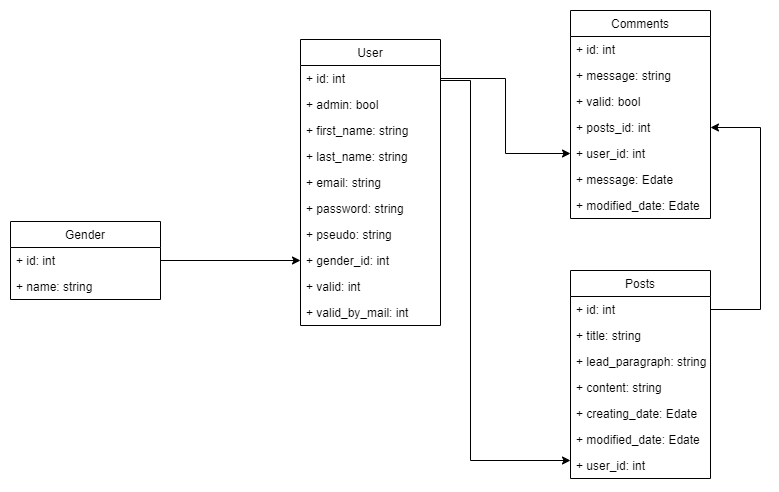
Above: diagrammes/classes/diagramme de classes.png in Toka69/P5_PHP-blog (draw.io), before the change. Source tidied: cells renumbered, new cells last; positions are measured from the earlier drawing's top-left corner, leaving out a move shared by most shapes.
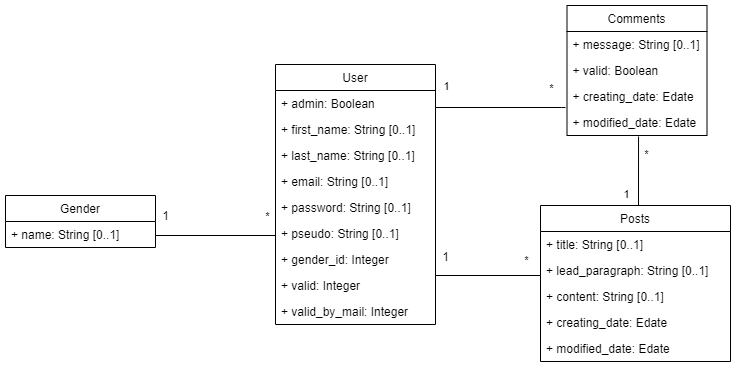
After the commit.

Commit message:
update class diagram to correspond with files on openclassrooms

Change to the diagram source:
```diff
@@ -2,119 +2,142 @@
   <root>
     <mxCell id="0" />
     <mxCell id="1" parent="0" />
-    <mxCell id="2" style="edgeStyle=orthogonalEdgeStyle;rounded=0;jettySize=auto;html=1;entryX=0;entryY=0.5;entryDx=0;entryDy=0;" parent="1" edge="1" source="14" target="11">
-      <mxGeometry relative="1" as="geometry" />
+    <mxCell id="2" style="edgeStyle=orthogonalEdgeStyle;rounded=0;jettySize=auto;html=1;entryX=0;entryY=0.5;entryDx=0;entryDy=0;endArrow=none;endFill=0;" parent="1" edge="1" source="14" target="11">
+      <mxGeometry relative="1" as="geometry">
+        <Array as="points">
+          <mxPoint x="270" y="200" />
+        </Array>
+      </mxGeometry>
     </mxCell>
+    <mxCell id="36" value="*" style="edgeLabel;html=1;align=center;verticalAlign=middle;" parent="2" vertex="1">
+      <mxGeometry x="0.83" y="-1" relative="1" as="geometry">
+        <mxPoint x="-8" y="-32" as="offset" />
+      </mxGeometry>
+    </mxCell>
     <mxCell id="3" value="User" style="swimlane;fontStyle=0;horizontal=1;startSize=26;fillColor=none;" parent="1" vertex="1">
-      <mxGeometry x="290" y="29" width="140" height="286" as="geometry" />
+      <mxGeometry x="270" y="29" width="160" height="260" as="geometry" />
     </mxCell>
-    <mxCell id="4" value="+ id: int" style="text;strokeColor=none;fillColor=none;align=left;verticalAlign=top;spacingLeft=4;spacingRight=4;overflow=hidden;points=[[0,0.5],[1,0.5]];portConstraint=eastwest;" parent="3" vertex="1">
-      <mxGeometry y="26" width="140" height="26" as="geometry" />
-    </mxCell>
-    <mxCell id="5" value="+ admin: bool" style="text;strokeColor=none;fillColor=none;align=left;verticalAlign=top;spacingLeft=4;spacingRight=4;overflow=hidden;" parent="3" vertex="1">
-      <mxGeometry y="52" width="140" height="26" as="geometry" />
+    <mxCell id="5" value="+ admin: Boolean" style="text;strokeColor=none;fillColor=none;align=left;verticalAlign=top;spacingLeft=4;spacingRight=4;overflow=hidden;" parent="3" vertex="1">
+      <mxGeometry y="26" width="160" height="26" as="geometry" />
     </mxCell>
-    <mxCell id="6" value="+ first_name: string" style="text;strokeColor=none;fillColor=none;align=left;verticalAlign=top;spacingLeft=4;spacingRight=4;overflow=hidden;" parent="3" vertex="1">
-      <mxGeometry y="78" width="140" height="26" as="geometry" />
+    <mxCell id="6" value="+ first_name: String [0..1]" style="text;strokeColor=none;fillColor=none;align=left;verticalAlign=top;spacingLeft=4;spacingRight=4;overflow=hidden;" parent="3" vertex="1">
+      <mxGeometry y="52" width="160" height="26" as="geometry" />
     </mxCell>
-    <mxCell id="7" value="+ last_name: string" style="text;strokeColor=none;fillColor=none;align=left;verticalAlign=top;spacingLeft=4;spacingRight=4;overflow=hidden;" parent="3" vertex="1">
-      <mxGeometry y="104" width="140" height="26" as="geometry" />
+    <mxCell id="7" value="+ last_name: String [0..1]" style="text;strokeColor=none;fillColor=none;align=left;verticalAlign=top;spacingLeft=4;spacingRight=4;overflow=hidden;" parent="3" vertex="1">
+      <mxGeometry y="78" width="160" height="26" as="geometry" />
     </mxCell>
-    <mxCell id="8" value="+ email: string" style="text;strokeColor=none;fillColor=none;align=left;verticalAlign=top;spacingLeft=4;spacingRight=4;overflow=hidden;" parent="3" vertex="1">
-      <mxGeometry y="130" width="140" height="26" as="geometry" />
+    <mxCell id="8" value="+ email: String [0..1]" style="text;strokeColor=none;fillColor=none;align=left;verticalAlign=top;spacingLeft=4;spacingRight=4;overflow=hidden;" parent="3" vertex="1">
+      <mxGeometry y="104" width="160" height="26" as="geometry" />
     </mxCell>
-    <mxCell id="9" value="+ password: string" style="text;strokeColor=none;fillColor=none;align=left;verticalAlign=top;spacingLeft=4;spacingRight=4;overflow=hidden;" parent="3" vertex="1">
-      <mxGeometry y="156" width="140" height="26" as="geometry" />
+    <mxCell id="9" value="+ password: String [0..1]" style="text;strokeColor=none;fillColor=none;align=left;verticalAlign=top;spacingLeft=4;spacingRight=4;overflow=hidden;" parent="3" vertex="1">
+      <mxGeometry y="130" width="160" height="26" as="geometry" />
     </mxCell>
-    <mxCell id="10" value="+ pseudo: string" style="text;strokeColor=none;fillColor=none;align=left;verticalAlign=top;spacingLeft=4;spacingRight=4;overflow=hidden;" parent="3" vertex="1">
-      <mxGeometry y="182" width="140" height="26" as="geometry" />
+    <mxCell id="10" value="+ pseudo: String [0..1]" style="text;strokeColor=none;fillColor=none;align=left;verticalAlign=top;spacingLeft=4;spacingRight=4;overflow=hidden;" parent="3" vertex="1">
+      <mxGeometry y="156" width="160" height="26" as="geometry" />
     </mxCell>
-    <mxCell id="11" value="+ gender_id: int" style="text;strokeColor=none;fillColor=none;align=left;verticalAlign=top;spacingLeft=4;spacingRight=4;overflow=hidden;points=[[0,0.5],[1,0.5]];portConstraint=eastwest;" parent="3" vertex="1">
-      <mxGeometry y="208" width="140" height="26" as="geometry" />
+    <mxCell id="11" value="+ gender_id: Integer" style="text;strokeColor=none;fillColor=none;align=left;verticalAlign=top;spacingLeft=4;spacingRight=4;overflow=hidden;points=[[0,0.5],[1,0.5]];portConstraint=eastwest;" parent="3" vertex="1">
+      <mxGeometry y="182" width="160" height="26" as="geometry" />
     </mxCell>
-    <mxCell id="12" value="+ valid: int" style="text;strokeColor=none;fillColor=none;align=left;verticalAlign=top;spacingLeft=4;spacingRight=4;overflow=hidden;" parent="3" vertex="1">
-      <mxGeometry y="234" width="140" height="26" as="geometry" />
+    <mxCell id="12" value="+ valid: Integer" style="text;strokeColor=none;fillColor=none;align=left;verticalAlign=top;spacingLeft=4;spacingRight=4;overflow=hidden;" parent="3" vertex="1">
+      <mxGeometry y="208" width="160" height="26" as="geometry" />
     </mxCell>
-    <mxCell id="13" value="+ valid_by_mail: int" style="text;strokeColor=none;fillColor=none;align=left;verticalAlign=top;spacingLeft=4;spacingRight=4;overflow=hidden;" parent="3" vertex="1">
-      <mxGeometry y="260" width="140" height="26" as="geometry" />
+    <mxCell id="13" value="+ valid_by_mail: Integer" style="text;strokeColor=none;fillColor=none;align=left;verticalAlign=top;spacingLeft=4;spacingRight=4;overflow=hidden;" parent="3" vertex="1">
+      <mxGeometry y="234" width="160" height="26" as="geometry" />
     </mxCell>
     <mxCell id="14" value="Gender" style="swimlane;fontStyle=0;horizontal=1;startSize=26;fillColor=none;" parent="1" vertex="1">
-      <mxGeometry y="211" width="150" height="78" as="geometry" />
+      <mxGeometry y="160" width="150" height="52" as="geometry" />
     </mxCell>
-    <mxCell id="15" value="+ id: int" style="text;strokeColor=none;fillColor=none;align=left;verticalAlign=top;spacingLeft=4;spacingRight=4;overflow=hidden;" parent="14" vertex="1">
-      <mxGeometry y="26" width="150" height="26" as="geometry" />
-    </mxCell>
-    <mxCell id="16" value="+ name: string" style="text;strokeColor=none;fillColor=none;align=left;verticalAlign=top;spacingLeft=4;spacingRight=4;overflow=hidden;" parent="14" vertex="1">
-      <mxGeometry y="52" width="150" height="26" as="geometry" />
+    <mxCell id="16" value="+ name: String [0..1]" style="text;strokeColor=none;fillColor=none;align=left;verticalAlign=top;spacingLeft=4;spacingRight=4;overflow=hidden;" parent="14" vertex="1">
+      <mxGeometry y="26" width="150" height="26" as="geometry" />
     </mxCell>
+    <mxCell id="37" style="edgeStyle=orthogonalEdgeStyle;rounded=0;jettySize=auto;html=1;exitX=0.5;exitY=0;exitDx=0;exitDy=0;entryX=0.511;entryY=1.038;entryDx=0;entryDy=0;entryPerimeter=0;endArrow=none;endFill=0;strokeColor=#000000;" parent="1" edge="1" source="17" target="32">
+      <mxGeometry relative="1" as="geometry">
+        <Array as="points">
+          <mxPoint x="633" y="170" />
+        </Array>
+      </mxGeometry>
+    </mxCell>
+    <mxCell id="38" value="1" style="edgeLabel;html=1;align=center;verticalAlign=middle;" parent="37" vertex="1">
+      <mxGeometry x="-0.31" y="2" relative="1" as="geometry">
+        <mxPoint x="-11" y="11" as="offset" />
+      </mxGeometry>
+    </mxCell>
+    <mxCell id="39" value="*" style="edgeLabel;html=1;align=center;verticalAlign=middle;" parent="37" vertex="1">
+      <mxGeometry x="0.53" y="-3" relative="1" as="geometry">
+        <mxPoint x="4" as="offset" />
+      </mxGeometry>
+    </mxCell>
     <mxCell id="17" value="Posts" style="swimlane;fontStyle=0;horizontal=1;startSize=26;fillColor=none;" parent="1" vertex="1">
-      <mxGeometry x="560" y="260" width="140" height="208" as="geometry" />
+      <mxGeometry x="535" y="170" width="190" height="156" as="geometry" />
     </mxCell>
-    <mxCell id="18" value="+ id: int" style="text;strokeColor=none;fillColor=none;align=left;verticalAlign=top;spacingLeft=4;spacingRight=4;overflow=hidden;points=[[0,0.5],[1,0.5]];portConstraint=eastwest;" parent="17" vertex="1">
-      <mxGeometry y="26" width="140" height="26" as="geometry" />
-    </mxCell>
-    <mxCell id="19" value="+ title: string" style="text;strokeColor=none;fillColor=none;align=left;verticalAlign=top;spacingLeft=4;spacingRight=4;overflow=hidden;" parent="17" vertex="1">
-      <mxGeometry y="52" width="140" height="26" as="geometry" />
+    <mxCell id="19" value="+ title: String [0..1]" style="text;strokeColor=none;fillColor=none;align=left;verticalAlign=top;spacingLeft=4;spacingRight=4;overflow=hidden;" parent="17" vertex="1">
+      <mxGeometry y="26" width="190" height="26" as="geometry" />
     </mxCell>
-    <mxCell id="20" value="+ lead_paragraph: string" style="text;strokeColor=none;fillColor=none;align=left;verticalAlign=top;spacingLeft=4;spacingRight=4;overflow=hidden;" parent="17" vertex="1">
-      <mxGeometry y="78" width="140" height="26" as="geometry" />
+    <mxCell id="20" value="+ lead_paragraph: String [0..1]" style="text;strokeColor=none;fillColor=none;align=left;verticalAlign=top;spacingLeft=4;spacingRight=4;overflow=hidden;" parent="17" vertex="1">
+      <mxGeometry y="52" width="190" height="26" as="geometry" />
     </mxCell>
-    <mxCell id="21" value="+ content: string" style="text;strokeColor=none;fillColor=none;align=left;verticalAlign=top;spacingLeft=4;spacingRight=4;overflow=hidden;" parent="17" vertex="1">
-      <mxGeometry y="104" width="140" height="26" as="geometry" />
+    <mxCell id="21" value="+ content: String [0..1]" style="text;strokeColor=none;fillColor=none;align=left;verticalAlign=top;spacingLeft=4;spacingRight=4;overflow=hidden;" parent="17" vertex="1">
+      <mxGeometry y="78" width="190" height="26" as="geometry" />
     </mxCell>
     <mxCell id="22" value="+ creating_date: Edate" style="text;strokeColor=none;fillColor=none;align=left;verticalAlign=top;spacingLeft=4;spacingRight=4;overflow=hidden;" parent="17" vertex="1">
-      <mxGeometry y="130" width="140" height="26" as="geometry" />
+      <mxGeometry y="104" width="190" height="26" as="geometry" />
     </mxCell>
     <mxCell id="23" value="+ modified_date: Edate" style="text;strokeColor=none;fillColor=none;align=left;verticalAlign=top;spacingLeft=4;spacingRight=4;overflow=hidden;" parent="17" vertex="1">
-      <mxGeometry y="156" width="140" height="26" as="geometry" />
+      <mxGeometry y="130" width="190" height="26" as="geometry" />
     </mxCell>
-    <mxCell id="24" value="+ user_id: int" style="text;strokeColor=none;fillColor=none;align=left;verticalAlign=top;spacingLeft=4;spacingRight=4;overflow=hidden;" parent="17" vertex="1">
-      <mxGeometry y="182" width="140" height="26" as="geometry" />
-    </mxCell>
     <mxCell id="25" value="Comments" style="swimlane;fontStyle=0;horizontal=1;startSize=26;fillColor=none;" parent="1" vertex="1">
-      <mxGeometry x="560" width="140" height="208" as="geometry" />
+      <mxGeometry x="561.5" y="-30" width="140" height="130" as="geometry" />
     </mxCell>
-    <mxCell id="26" value="+ id: int" style="text;strokeColor=none;fillColor=none;align=left;verticalAlign=top;spacingLeft=4;spacingRight=4;overflow=hidden;" parent="25" vertex="1">
-      <mxGeometry y="26" width="140" height="26" as="geometry" />
-    </mxCell>
-    <mxCell id="27" value="+ message: string" style="text;strokeColor=none;fillColor=none;align=left;verticalAlign=top;spacingLeft=4;spacingRight=4;overflow=hidden;" parent="25" vertex="1">
-      <mxGeometry y="52" width="140" height="26" as="geometry" />
+    <mxCell id="27" value="+ message: String [0..1]" style="text;strokeColor=none;fillColor=none;align=left;verticalAlign=top;spacingLeft=4;spacingRight=4;overflow=hidden;" parent="25" vertex="1">
+      <mxGeometry y="26" width="140" height="26" as="geometry" />
     </mxCell>
-    <mxCell id="28" value="+ valid: bool" style="text;strokeColor=none;fillColor=none;align=left;verticalAlign=top;spacingLeft=4;spacingRight=4;overflow=hidden;" parent="25" vertex="1">
-      <mxGeometry y="78" width="140" height="26" as="geometry" />
+    <mxCell id="28" value="+ valid: Boolean" style="text;strokeColor=none;fillColor=none;align=left;verticalAlign=top;spacingLeft=4;spacingRight=4;overflow=hidden;" parent="25" vertex="1">
+      <mxGeometry y="52" width="140" height="26" as="geometry" />
     </mxCell>
-    <mxCell id="29" value="+ posts_id: int" style="text;strokeColor=none;fillColor=none;align=left;verticalAlign=top;spacingLeft=4;spacingRight=4;overflow=hidden;points=[[0,0.5],[1,0.5]];portConstraint=eastwest;" parent="25" vertex="1">
-      <mxGeometry y="104" width="140" height="26" as="geometry" />
-    </mxCell>
-    <mxCell id="30" value="+ user_id: int" style="text;strokeColor=none;fillColor=none;align=left;verticalAlign=top;spacingLeft=4;spacingRight=4;overflow=hidden;points=[[0,0.5],[1,0.5]];portConstraint=eastwest;" parent="25" vertex="1">
-      <mxGeometry y="130" width="140" height="26" as="geometry" />
-    </mxCell>
-    <mxCell id="31" value="+ message: Edate" style="text;strokeColor=none;fillColor=none;align=left;verticalAlign=top;spacingLeft=4;spacingRight=4;overflow=hidden;" parent="25" vertex="1">
-      <mxGeometry y="156" width="140" height="26" as="geometry" />
+    <mxCell id="31" value="+ creating_date: Edate" style="text;strokeColor=none;fillColor=none;align=left;verticalAlign=top;spacingLeft=4;spacingRight=4;overflow=hidden;" parent="25" vertex="1">
+      <mxGeometry y="78" width="140" height="26" as="geometry" />
     </mxCell>
     <mxCell id="32" value="+ modified_date: Edate" style="text;strokeColor=none;fillColor=none;align=left;verticalAlign=top;spacingLeft=4;spacingRight=4;overflow=hidden;points=[[0,0.5],[1,0.5]];portConstraint=eastwest;" parent="25" vertex="1">
-      <mxGeometry y="182" width="140" height="26" as="geometry" />
+      <mxGeometry y="104" width="140" height="26" as="geometry" />
     </mxCell>
-    <mxCell id="33" style="edgeStyle=orthogonalEdgeStyle;rounded=0;jettySize=auto;html=1;" parent="1" edge="1" target="17">
+    <mxCell id="33" style="edgeStyle=orthogonalEdgeStyle;rounded=0;jettySize=auto;html=1;endArrow=none;endFill=0;" parent="1" edge="1" target="17">
       <mxGeometry relative="1" as="geometry">
         <mxPoint x="430" y="94" as="sourcePoint" />
         <Array as="points">
-          <mxPoint x="430" y="70" />
-          <mxPoint x="460" y="70" />
-          <mxPoint x="460" y="450" />
+          <mxPoint x="430" y="240" />
         </Array>
       </mxGeometry>
     </mxCell>
+    <mxCell id="40" value="*" style="edgeLabel;html=1;align=center;verticalAlign=middle;" parent="33" vertex="1">
+      <mxGeometry x="0.93" y="1" relative="1" as="geometry">
+        <mxPoint x="-6" y="-15" as="offset" />
+      </mxGeometry>
+    </mxCell>
-    <mxCell id="34" style="edgeStyle=orthogonalEdgeStyle;rounded=0;jettySize=auto;html=1;exitX=1;exitY=0.5;exitDx=0;exitDy=0;entryX=0;entryY=0.5;entryDx=0;entryDy=0;" parent="1" edge="1" source="4" target="30">
-      <mxGeometry relative="1" as="geometry" />
+    <mxCell id="34" style="edgeStyle=orthogonalEdgeStyle;rounded=0;orthogonalLoop=1;jettySize=auto;html=1;exitX=1;exitY=0.5;exitDx=0;exitDy=0;endArrow=none;endFill=0;" parent="1" edge="1">
+      <mxGeometry relative="1" as="geometry">
+        <mxPoint x="430" y="50" as="sourcePoint" />
+        <mxPoint x="560" y="72" as="targetPoint" />
+        <Array as="points">
+          <mxPoint x="430" y="72" />
+          <mxPoint x="556" y="72" />
+        </Array>
+      </mxGeometry>
     </mxCell>
-    <mxCell id="35" style="edgeStyle=orthogonalEdgeStyle;rounded=0;jettySize=auto;html=1;entryX=1;entryY=0.5;entryDx=0;entryDy=0;exitX=1;exitY=0.5;exitDx=0;exitDy=0;" parent="1" edge="1" source="18" target="29">
-      <mxGeometry relative="1" as="geometry">
-        <Array as="points">
-          <mxPoint x="750" y="299" />
-          <mxPoint x="750" y="117" />
-        </Array>
-      </mxGeometry>
-    </mxCell>
+    <mxCell id="41" value="1" style="edgeLabel;html=1;align=center;verticalAlign=middle;" parent="34" vertex="1">
+      <mxGeometry x="-0.88" y="1" relative="1" as="geometry">
+        <mxPoint x="9" y="-9" as="offset" />
+      </mxGeometry>
+    </mxCell>
+    <mxCell id="42" value="*" style="edgeLabel;html=1;align=center;verticalAlign=middle;" parent="34" vertex="1">
+      <mxGeometry x="0.79" y="4" relative="1" as="geometry">
+        <mxPoint x="1.5" y="-16" as="offset" />
+      </mxGeometry>
+    </mxCell>
+    <mxCell id="43" value="1" style="text;html=1;align=center;verticalAlign=middle;" parent="1" vertex="1">
+      <mxGeometry x="150" y="170" width="20" height="20" as="geometry" />
+    </mxCell>
+    <mxCell id="44" value="1" style="text;html=1;align=center;verticalAlign=middle;" parent="1" vertex="1">
+      <mxGeometry x="430" y="211" width="20" height="20" as="geometry" />
+    </mxCell>
   </root>
 </mxGraphModel>
```
